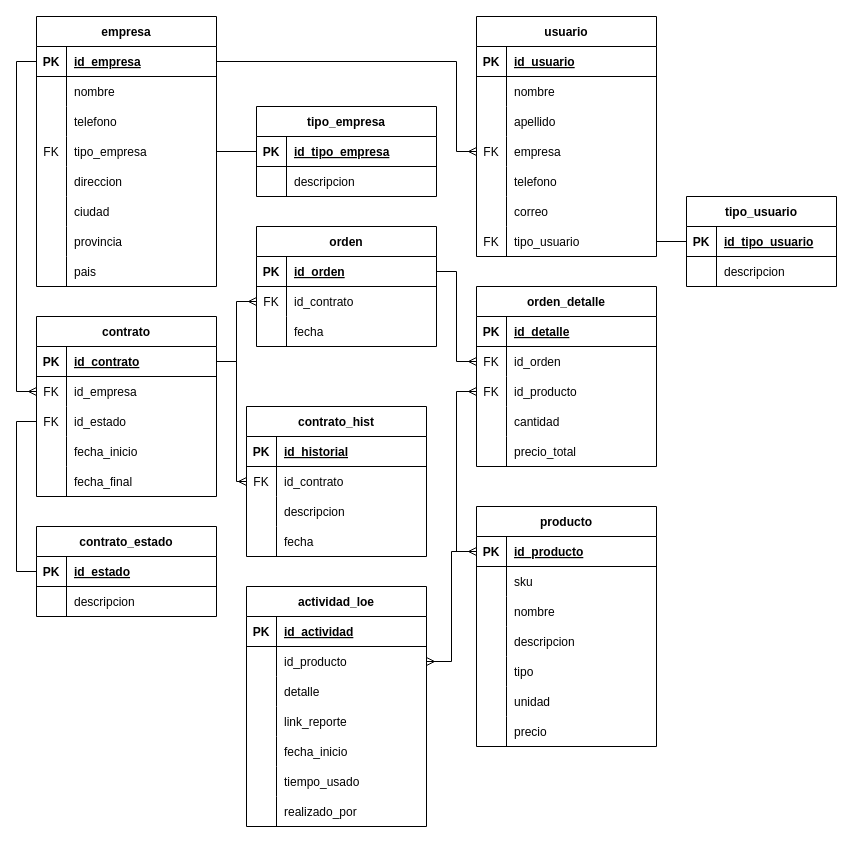
Earlier version of the draw.io diagram scg_main_db.drawio (ismgonza/scg). Source tidied: cells renumbered, new cells numbered last; positions are measured from the earlier drawing's top-left corner, leaving out a move shared by most shapes. Both pictures are drawn from the tidied source at 100%, with x=0, y=0 at pixel (36, 16).
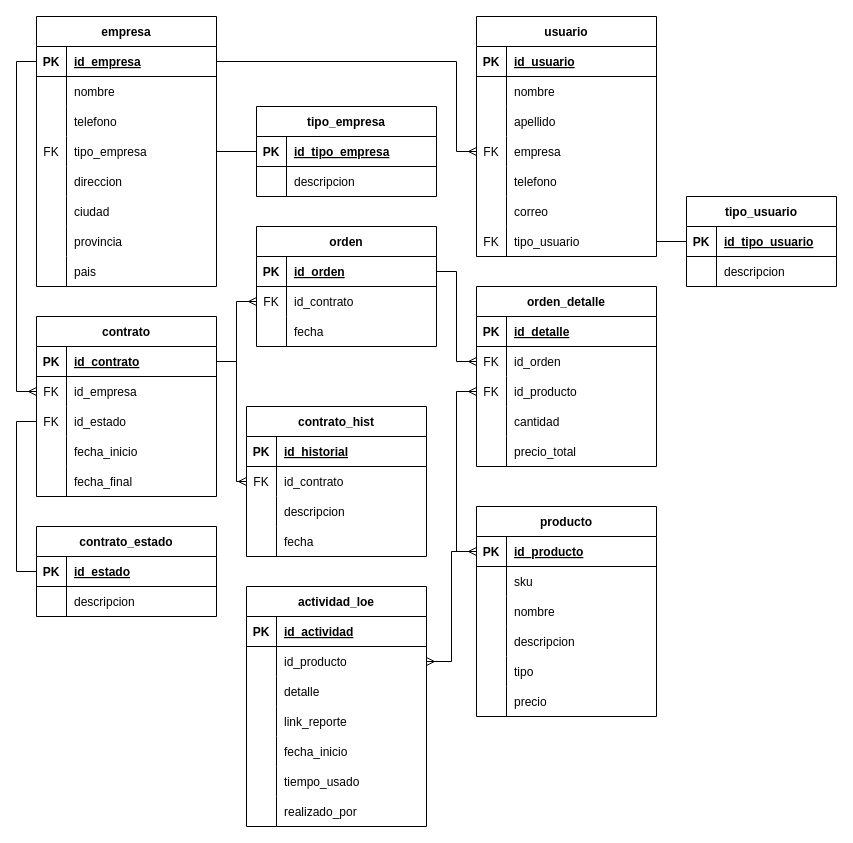
Above is the later version.

Diff of the diagram source:
```diff
@@
     <mxCell id="65" value="producto" style="shape=table;startSize=30;childLayout=tableLayout;rowLines=0;fontStyle=1;align=center;" parent="1" vertex="1">
-      <mxGeometry x="440" y="490" width="180" height="240" as="geometry" />
+      <mxGeometry x="440" y="490" width="180" height="210" as="geometry" />
     </mxCell>
@@
-    <mxCell id="81" style="shape=tableRow;horizontal=0;startSize=0;swimlaneHead=0;swimlaneBody=0;fillColor=none;top=0;left=0;right=0;bottom=0;" parent="65" vertex="1">
-      <mxGeometry y="180" width="180" height="30" as="geometry" />
-    </mxCell>
-    <mxCell id="82" style="shape=partialRectangle;fillColor=none;top=0;left=0;bottom=0;right=0;overflow=hidden;" parent="81" vertex="1">
-      <mxGeometry width="30" height="30" as="geometry" />
-    </mxCell>
-    <mxCell id="83" value="unidad" style="shape=partialRectangle;fillColor=none;top=0;left=0;bottom=0;right=0;align=left;spacingLeft=6;overflow=hidden;" parent="81" vertex="1">
-      <mxGeometry x="30" width="150" height="30" as="geometry" />
-    </mxCell>
     <mxCell id="84" style="shape=tableRow;horizontal=0;startSize=0;swimlaneHead=0;swimlaneBody=0;fillColor=none;top=0;left=0;right=0;bottom=0;" parent="65" vertex="1">
-      <mxGeometry y="210" width="180" height="30" as="geometry" />
+      <mxGeometry y="180" width="180" height="30" as="geometry" />
     </mxCell>
```
